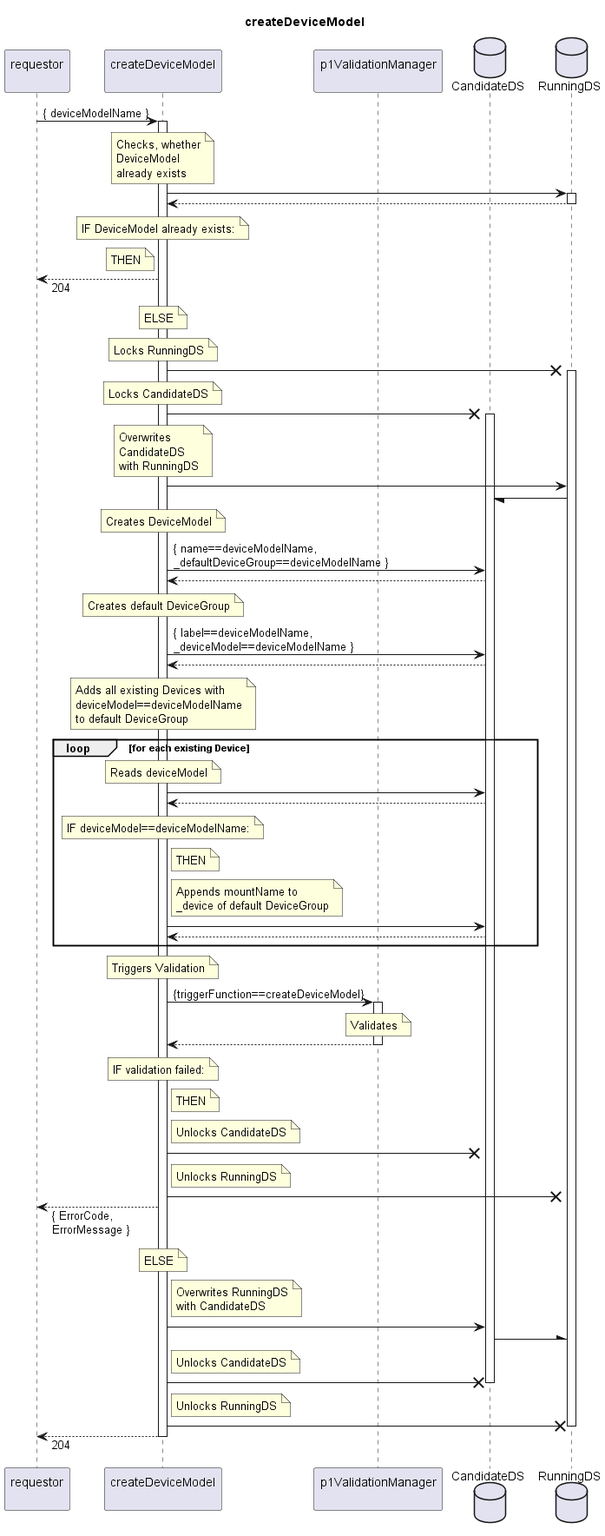
Before: spec/Services/createDeviceModel/1.0.0/createDeviceModel.png, a diagram exported from PlantUML (openBackhaul/FirmWareManager).
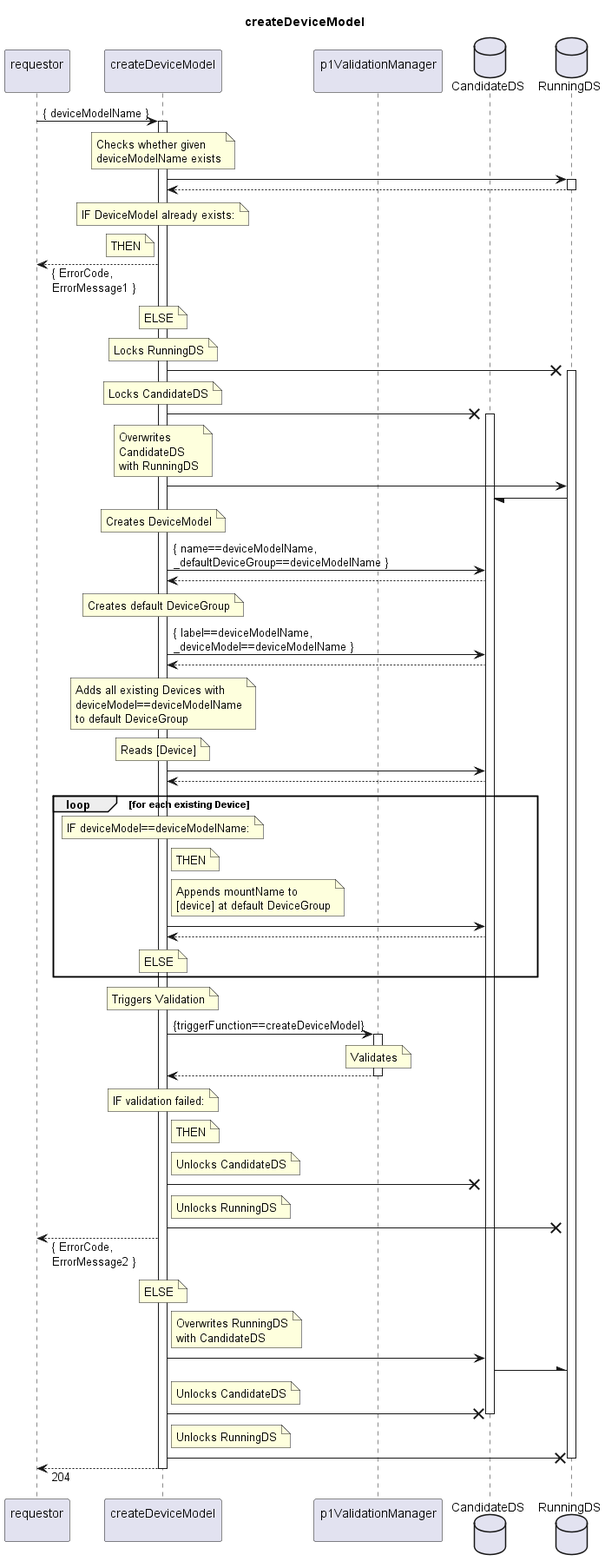
After the commit.

Change to the diagram source:
```diff
@@ -15,9 +15,8 @@
 activate indServ
 
   note over indServ
-    Checks, whether
-    DeviceModel
-    already exists
+    Checks whether given
+    deviceModelName exists
   end note
   indServ -> RunDS
   activate RunDS
@@ -29,7 +28,7 @@
   note left indServ
     THEN
   end note
-  requestor <-- indServ: 204
+  requestor <-- indServ: { ErrorCode,\nErrorMessage1 }
   note over indServ
     ELSE
   end note
@@ -69,12 +68,12 @@
     deviceModel==deviceModelName
     to default DeviceGroup
   end note
+  note over indServ
+    Reads [Device]
+  end note
+  indServ -> CanDS
+  indServ <-- CanDS
   loop for each existing Device
-    note over indServ
-      Reads deviceModel
-    end note
-    indServ -> CanDS
-    indServ <-- CanDS
     note over indServ
       IF deviceModel==deviceModelName:
     end note
@@ -83,10 +82,13 @@
     end note
     note right indServ
       Appends mountName to
-      _device of default DeviceGroup
+      [device] at default DeviceGroup
     end note
     indServ -> CanDS
     indServ <-- CanDS
+    note over indServ
+      ELSE
+    end note
   end loop
 
   note over indServ
@@ -113,7 +115,7 @@
     Unlocks RunningDS
   end note
   indServ -X RunDS
-  requestor <-- indServ: { ErrorCode,\nErrorMessage }
+  requestor <-- indServ: { ErrorCode,\nErrorMessage2 }
   note over indServ
     ELSE
   end note
```
